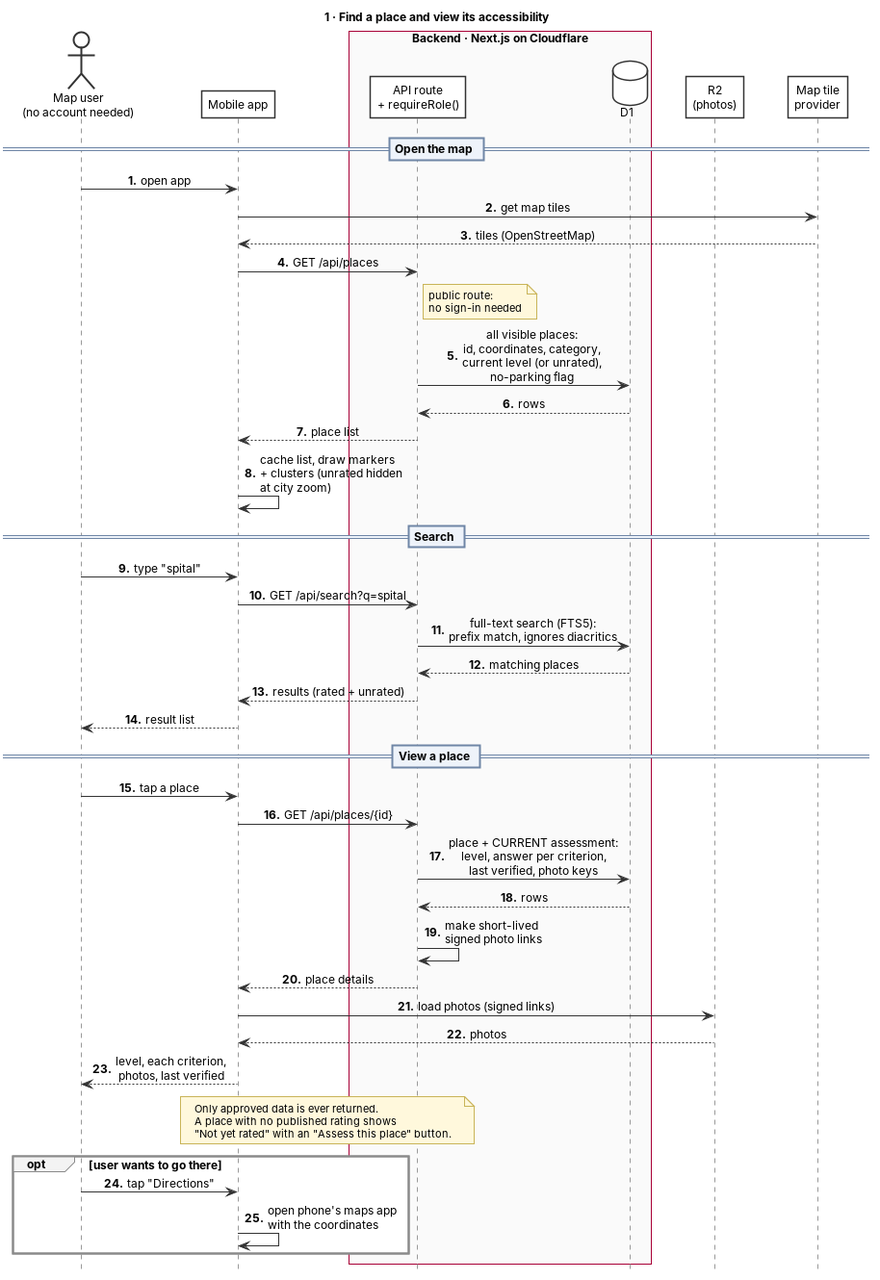
Above: docs/architecture/08a_seq_find_view.png in marinelavoda/Accessibility-Map (PlantUML), before the change. Its source is kept beside it as docs/architecture/08a_seq_find_view.puml. Source of this version:
```plantuml
@startuml 08a_seq_find_view
!include _seq.iuml
title 1 · Find a place and view its accessibility

actor "Map user\n(no account needed)" as U
participant "Mobile app" as App
box "Backend · Next.js on Cloudflare" #FAFAFA
  participant "API route\n+ requireRole()" as API
  database "D1" as DB
end box
participant "R2\n(photos)" as R2
participant "Map tile\nprovider" as Tiles

== Open the map ==
U -> App : open app
App -> Tiles : get map tiles
Tiles --> App : tiles (OpenStreetMap)
App -> API : GET /api/places
note right of API : public route:\nno sign-in needed
API -> DB : all visible places:\nid, coordinates, category,\ncurrent level (or unrated),\nno-parking flag
DB --> API : rows
API --> App : place list
App -> App : cache list, draw markers\n+ clusters (unrated hidden\nat city zoom)

== Search ==
U -> App : type "spital"
App -> API : GET /api/search?q=spital
API -> DB : full-text search (FTS5):\nprefix match, ignores diacritics
DB --> API : matching places
API --> App : results (rated + unrated)
App --> U : result list

== View a place ==
U -> App : tap a place
App -> API : GET /api/places/{id}
API -> DB : place + CURRENT assessment:\nlevel, answer per criterion,\nlast verified, photo keys
DB --> API : rows
API -> API : make short-lived\nsigned photo links
API --> App : place details
App -> R2 : load photos (signed links)
R2 --> App : photos
App --> U : level, each criterion,\nphotos, last verified

note over App, API
  Only approved data is ever returned.
  A place with no published rating shows
  "Not yet rated" with an "Assess this place" button.
end note

opt user wants to go there
  U -> App : tap "Directions"
  App -> App : open phone's maps app\nwith the coordinates
end
@enduml
```
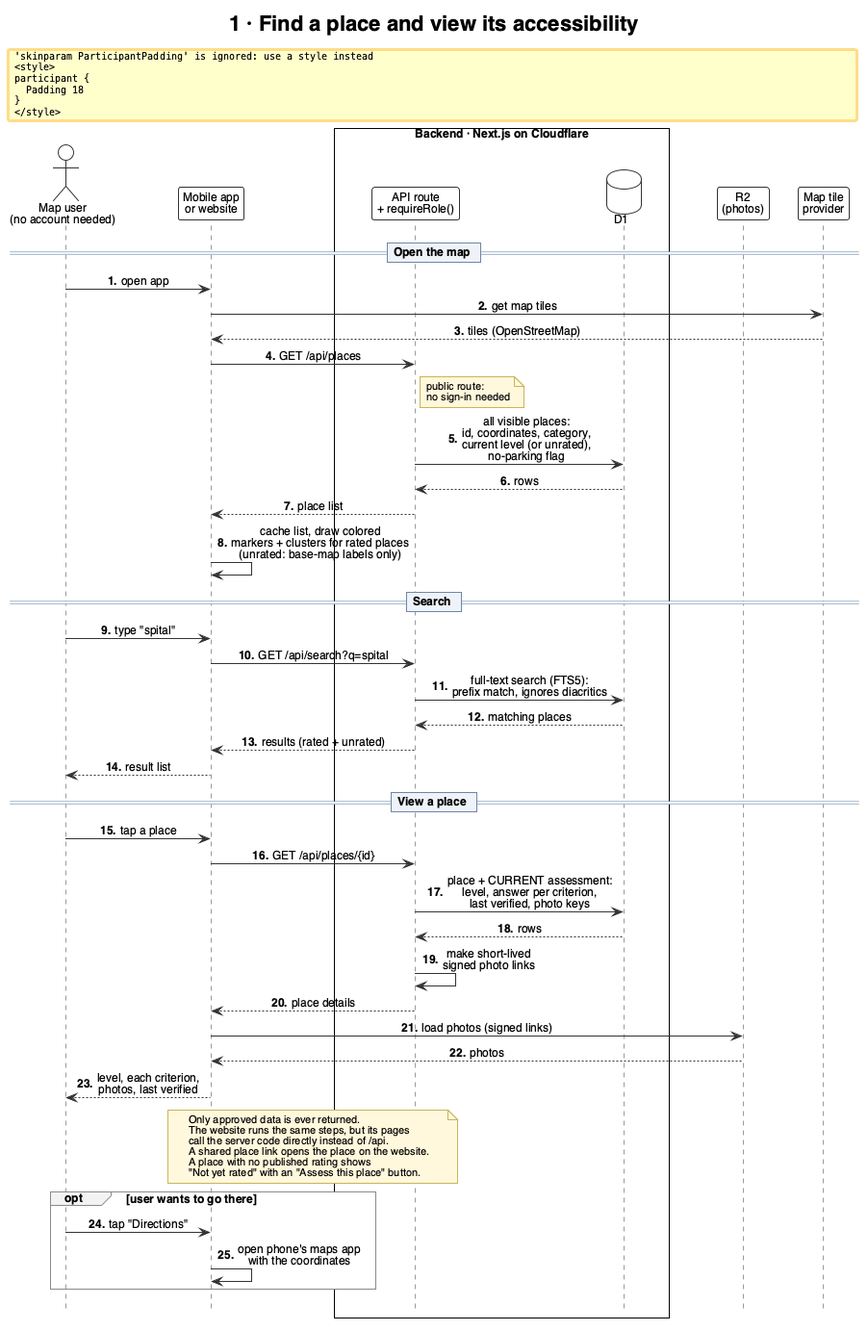
Later version of the same file.

Change to the diagram source:
```diff
@@ -3,7 +3,7 @@
 title 1 · Find a place and view its accessibility
 
 actor "Map user\n(no account needed)" as U
-participant "Mobile app" as App
+participant "Mobile app\nor website" as App
 box "Backend · Next.js on Cloudflare" #FAFAFA
   participant "API route\n+ requireRole()" as API
   database "D1" as DB
@@ -20,7 +20,7 @@
 API -> DB : all visible places:\nid, coordinates, category,\ncurrent level (or unrated),\nno-parking flag
 DB --> API : rows
 API --> App : place list
-App -> App : cache list, draw markers\n+ clusters (unrated hidden\nat city zoom)
+App -> App : cache list, draw colored\nmarkers + clusters for rated places\n(unrated: base-map labels only)
 
 == Search ==
 U -> App : type "spital"
@@ -43,6 +43,9 @@
 
 note over App, API
   Only approved data is ever returned.
+  The website runs the same steps, but its pages
+  call the server code directly instead of /api.
+  A shared place link opens the place on the website.
   A place with no published rating shows
   "Not yet rated" with an "Assess this place" button.
 end note
```
